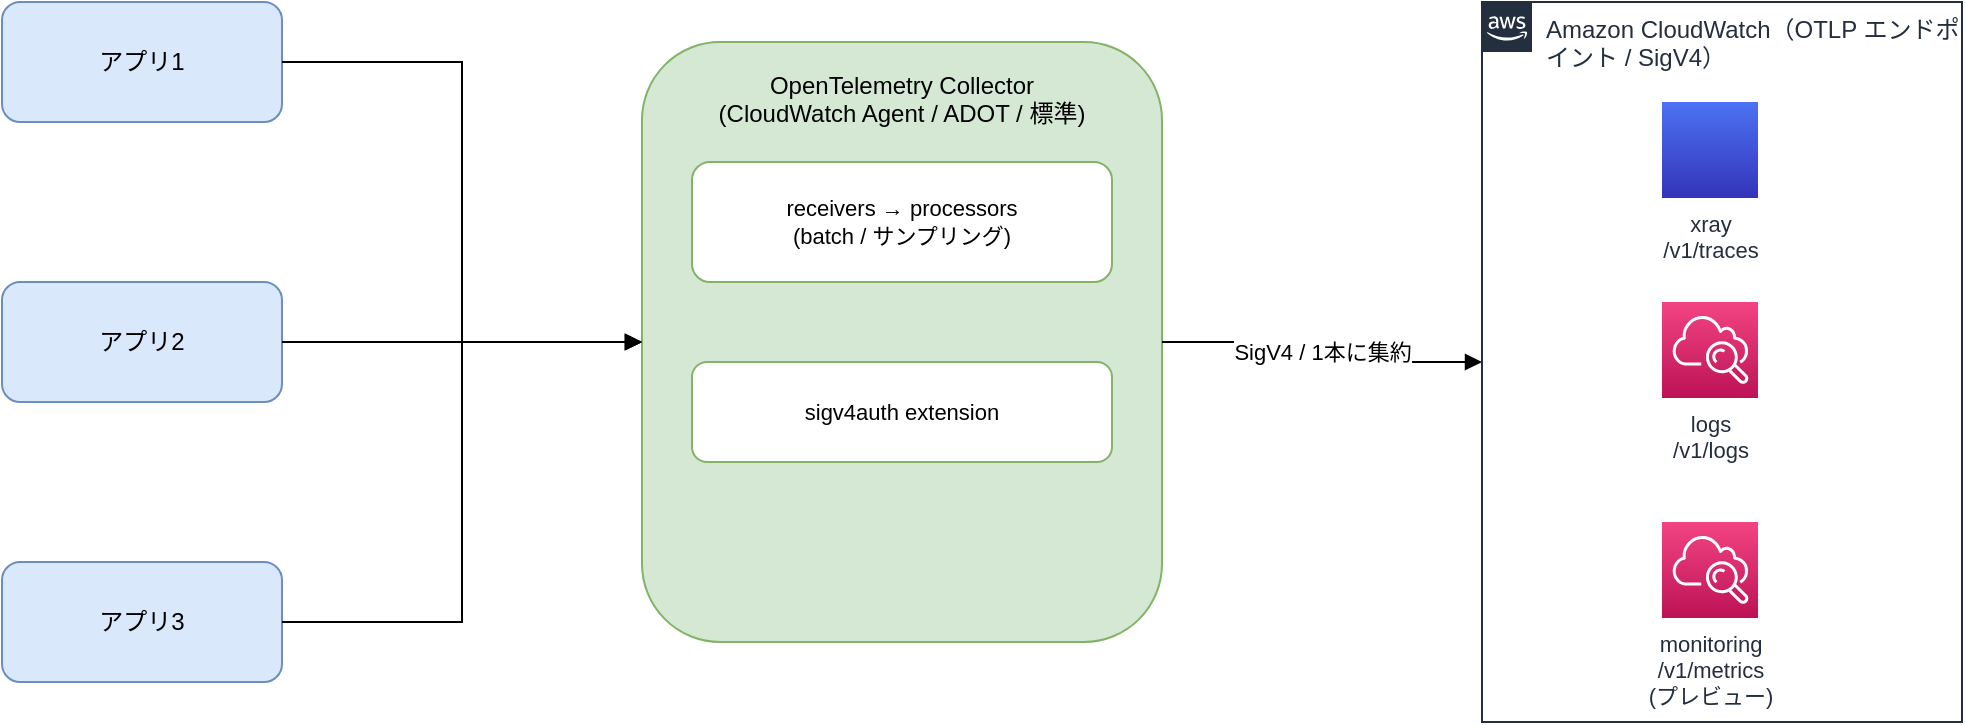
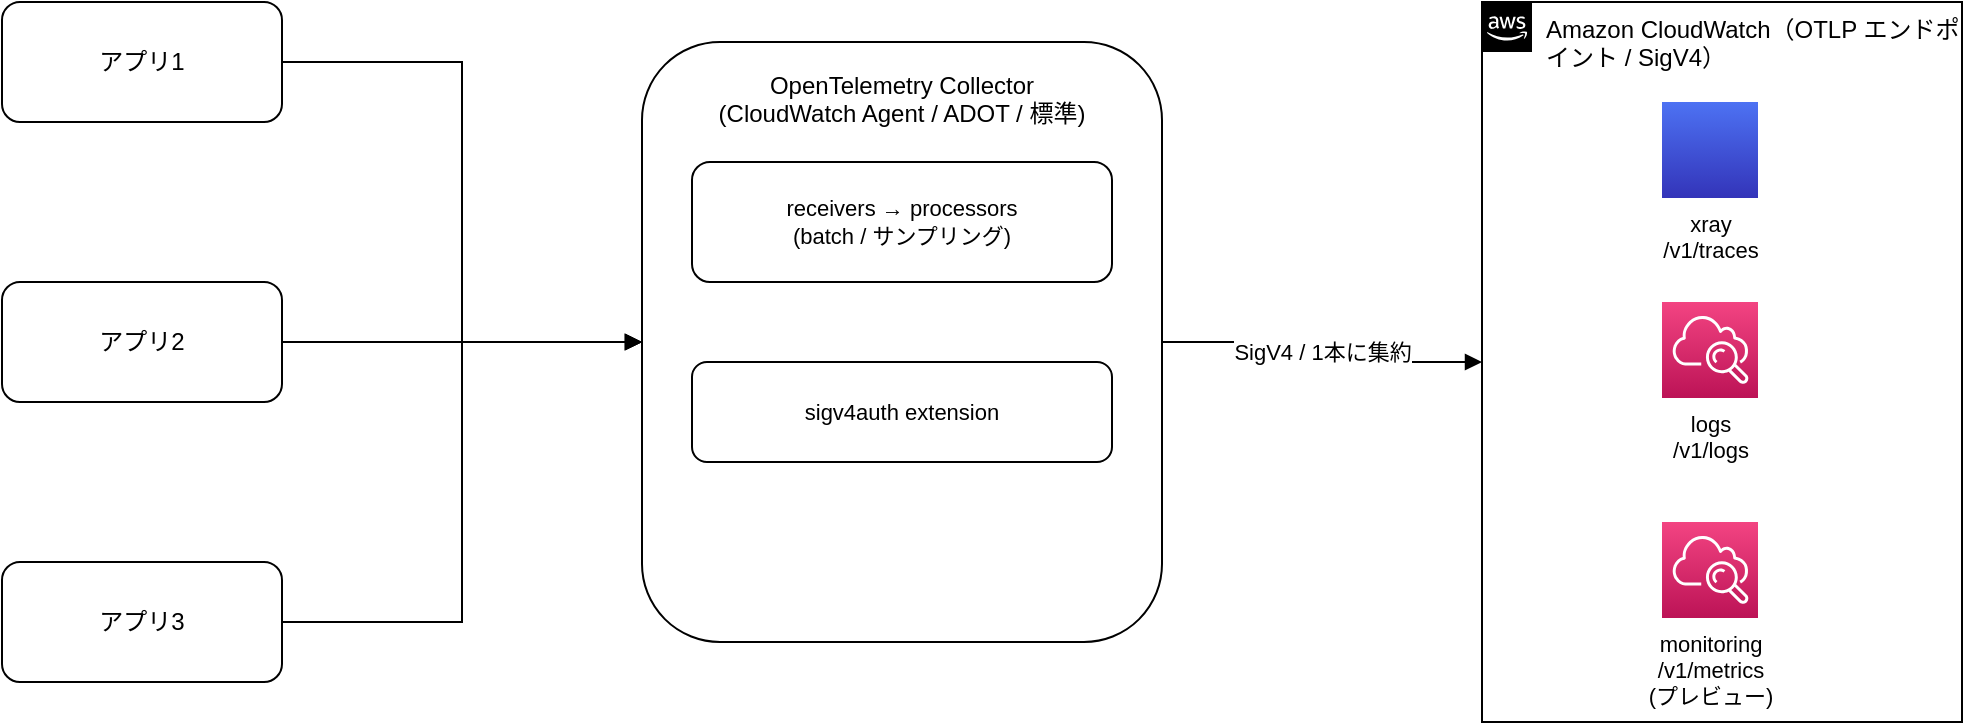
<mxfile host="app.diagrams.net">
    <diagram id="otel-fig3" name="図3 経路Bの集約・加工構成">
        <mxGraphModel dx="1200" dy="800" grid="1" gridSize="10" guides="1" tooltips="1" connect="1" arrows="1" fold="1" page="1" pageScale="1" pageWidth="1040" pageHeight="560" math="0" shadow="0">
            <root>
                <mxCell id="0"/>
                <mxCell id="1" parent="0"/>
-                 <mxCell id="a1" value="アプリ1" style="rounded=1;whiteSpace=wrap;html=1;fillColor=#dae8fc;strokeColor=#6c8ebf;fontSize=12;" parent="1" vertex="1">
+                 <mxCell id="a1" value="アプリ1" style="rounded=1;whiteSpace=wrap;html=1;fillColor=#ffffff;strokeColor=#000000;fontSize=12;" parent="1" vertex="1">
                    <mxGeometry x="40" y="100" width="140" height="60" as="geometry"/>
                </mxCell>
-                 <mxCell id="a2" value="アプリ2" style="rounded=1;whiteSpace=wrap;html=1;fillColor=#dae8fc;strokeColor=#6c8ebf;fontSize=12;" parent="1" vertex="1">
+                 <mxCell id="a2" value="アプリ2" style="rounded=1;whiteSpace=wrap;html=1;fillColor=#ffffff;strokeColor=#000000;fontSize=12;" parent="1" vertex="1">
                    <mxGeometry x="40" y="240" width="140" height="60" as="geometry"/>
                </mxCell>
-                 <mxCell id="a3" value="アプリ3" style="rounded=1;whiteSpace=wrap;html=1;fillColor=#dae8fc;strokeColor=#6c8ebf;fontSize=12;" parent="1" vertex="1">
+                 <mxCell id="a3" value="アプリ3" style="rounded=1;whiteSpace=wrap;html=1;fillColor=#ffffff;strokeColor=#000000;fontSize=12;" parent="1" vertex="1">
                    <mxGeometry x="40" y="380" width="140" height="60" as="geometry"/>
                </mxCell>
-                 <mxCell id="col" value="OpenTelemetry Collector&#10;(CloudWatch Agent / ADOT / 標準)" style="rounded=1;whiteSpace=wrap;html=1;fillColor=#d5e8d4;strokeColor=#82b366;fontSize=12;verticalAlign=top;spacingTop=8;" parent="1" vertex="1">
+                 <mxCell id="col" value="OpenTelemetry Collector&#10;(CloudWatch Agent / ADOT / 標準)" style="rounded=1;whiteSpace=wrap;html=1;fillColor=#ffffff;strokeColor=#000000;fontSize=12;verticalAlign=top;spacingTop=8;" parent="1" vertex="1">
                    <mxGeometry x="360" y="120" width="260" height="300" as="geometry"/>
                </mxCell>
-                 <mxCell id="pipe" value="receivers → processors&#10;(batch / サンプリング)" style="rounded=1;whiteSpace=wrap;html=1;fillColor=#ffffff;strokeColor=#82b366;fontSize=11;" parent="1" vertex="1">
+                 <mxCell id="pipe" value="receivers → processors&#10;(batch / サンプリング)" style="rounded=1;whiteSpace=wrap;html=1;fillColor=#ffffff;strokeColor=#000000;fontSize=11;" parent="1" vertex="1">
                    <mxGeometry x="385" y="180" width="210" height="60" as="geometry"/>
                </mxCell>
-                 <mxCell id="auth" value="sigv4auth extension" style="rounded=1;whiteSpace=wrap;html=1;fillColor=#ffffff;strokeColor=#82b366;fontSize=11;" parent="1" vertex="1">
+                 <mxCell id="auth" value="sigv4auth extension" style="rounded=1;whiteSpace=wrap;html=1;fillColor=#ffffff;strokeColor=#000000;fontSize=11;" parent="1" vertex="1">
                    <mxGeometry x="385" y="280" width="210" height="50" as="geometry"/>
                </mxCell>
-                 <mxCell id="cw" value="Amazon CloudWatch（OTLP エンドポイント / SigV4）" style="points=[[0,0],[0.25,0],[0.5,0],[0.75,0],[1,0],[1,0.25],[1,0.5],[1,0.75],[1,1],[0.75,1],[0.5,1],[0.25,1],[0,1],[0,0.75],[0,0.5],[0,0.25]];outlineConnect=0;gradientColor=none;html=1;whiteSpace=wrap;fontSize=12;fontStyle=0;container=1;pointerEvents=0;collapsible=0;recursiveResize=0;shape=mxgraph.aws4.group;grIcon=mxgraph.aws4.group_aws_cloud_alt;strokeColor=#232F3E;fillColor=none;verticalAlign=top;align=left;spacingLeft=30;fontColor=#232F3E;dashed=0;" parent="1" vertex="1">
+                 <mxCell id="cw" value="Amazon CloudWatch（OTLP エンドポイント / SigV4）" style="points=[[0,0],[0.25,0],[0.5,0],[0.75,0],[1,0],[1,0.25],[1,0.5],[1,0.75],[1,1],[0.75,1],[0.5,1],[0.25,1],[0,1],[0,0.75],[0,0.5],[0,0.25]];outlineConnect=0;gradientColor=none;html=1;whiteSpace=wrap;fontSize=12;fontStyle=0;container=1;pointerEvents=0;collapsible=0;recursiveResize=0;shape=mxgraph.aws4.group;grIcon=mxgraph.aws4.group_aws_cloud_alt;strokeColor=#000000;fillColor=none;verticalAlign=top;align=left;spacingLeft=30;fontColor=#000000;dashed=0;" parent="1" vertex="1">
                    <mxGeometry x="780" y="100" width="240" height="360" as="geometry"/>
                </mxCell>
-                 <mxCell id="xray" value="xray&#10;/v1/traces" style="sketch=0;outlineConnect=0;fontColor=#232F3E;gradientColor=#4D72F3;gradientDirection=north;fillColor=#3334B9;strokeColor=#ffffff;dashed=0;verticalLabelPosition=bottom;verticalAlign=top;align=center;html=1;fontSize=11;fontStyle=0;aspect=fixed;shape=mxgraph.aws4.resourceIcon;resIcon=mxgraph.aws4.x_ray;" parent="cw" vertex="1">
+                 <mxCell id="xray" value="xray&#10;/v1/traces" style="sketch=0;outlineConnect=0;fontColor=#000000;gradientColor=#4D72F3;gradientDirection=north;fillColor=#3334B9;strokeColor=#ffffff;dashed=0;verticalLabelPosition=bottom;verticalAlign=top;align=center;html=1;fontSize=11;fontStyle=0;aspect=fixed;shape=mxgraph.aws4.resourceIcon;resIcon=mxgraph.aws4.x_ray;" parent="cw" vertex="1">
                    <mxGeometry x="90" y="50" width="48" height="48" as="geometry"/>
                </mxCell>
-                 <mxCell id="logs" value="logs&#10;/v1/logs" style="sketch=0;outlineConnect=0;fontColor=#232F3E;gradientColor=#F34482;gradientDirection=north;fillColor=#BC1356;strokeColor=#ffffff;dashed=0;verticalLabelPosition=bottom;verticalAlign=top;align=center;html=1;fontSize=11;fontStyle=0;aspect=fixed;shape=mxgraph.aws4.resourceIcon;resIcon=mxgraph.aws4.cloudwatch;" parent="cw" vertex="1">
+                 <mxCell id="logs" value="logs&#10;/v1/logs" style="sketch=0;outlineConnect=0;fontColor=#000000;gradientColor=#F34482;gradientDirection=north;fillColor=#BC1356;strokeColor=#ffffff;dashed=0;verticalLabelPosition=bottom;verticalAlign=top;align=center;html=1;fontSize=11;fontStyle=0;aspect=fixed;shape=mxgraph.aws4.resourceIcon;resIcon=mxgraph.aws4.cloudwatch;" parent="cw" vertex="1">
                    <mxGeometry x="90" y="150" width="48" height="48" as="geometry"/>
                </mxCell>
-                 <mxCell id="mon" value="monitoring&#10;/v1/metrics&#10;(プレビュー)" style="sketch=0;outlineConnect=0;fontColor=#232F3E;gradientColor=#F34482;gradientDirection=north;fillColor=#BC1356;strokeColor=#ffffff;dashed=0;verticalLabelPosition=bottom;verticalAlign=top;align=center;html=1;fontSize=11;fontStyle=0;aspect=fixed;shape=mxgraph.aws4.resourceIcon;resIcon=mxgraph.aws4.cloudwatch;" parent="cw" vertex="1">
+                 <mxCell id="mon" value="monitoring&#10;/v1/metrics&#10;(プレビュー)" style="sketch=0;outlineConnect=0;fontColor=#000000;gradientColor=#F34482;gradientDirection=north;fillColor=#BC1356;strokeColor=#ffffff;dashed=0;verticalLabelPosition=bottom;verticalAlign=top;align=center;html=1;fontSize=11;fontStyle=0;aspect=fixed;shape=mxgraph.aws4.resourceIcon;resIcon=mxgraph.aws4.cloudwatch;" parent="cw" vertex="1">
                    <mxGeometry x="90" y="260" width="48" height="48" as="geometry"/>
                </mxCell>
                <mxCell id="e1" style="edgeStyle=orthogonalEdgeStyle;rounded=0;html=1;endArrow=block;" parent="1" source="a1" target="col" edge="1">
                    <mxGeometry relative="1" as="geometry"/>
                </mxCell>
                <mxCell id="e2" style="edgeStyle=orthogonalEdgeStyle;rounded=0;html=1;endArrow=block;" parent="1" source="a2" target="col" edge="1">
                    <mxGeometry relative="1" as="geometry"/>
                </mxCell>
                <mxCell id="e3" style="edgeStyle=orthogonalEdgeStyle;rounded=0;html=1;endArrow=block;" parent="1" source="a3" target="col" edge="1">
                    <mxGeometry relative="1" as="geometry"/>
                </mxCell>
                <mxCell id="e4" value="SigV4 / 1本に集約" style="edgeStyle=orthogonalEdgeStyle;rounded=0;html=1;endArrow=block;fontSize=11;" parent="1" source="col" target="cw" edge="1">
                    <mxGeometry relative="1" as="geometry"/>
                </mxCell>
            </root>
        </mxGraphModel>
    </diagram>
</mxfile>
